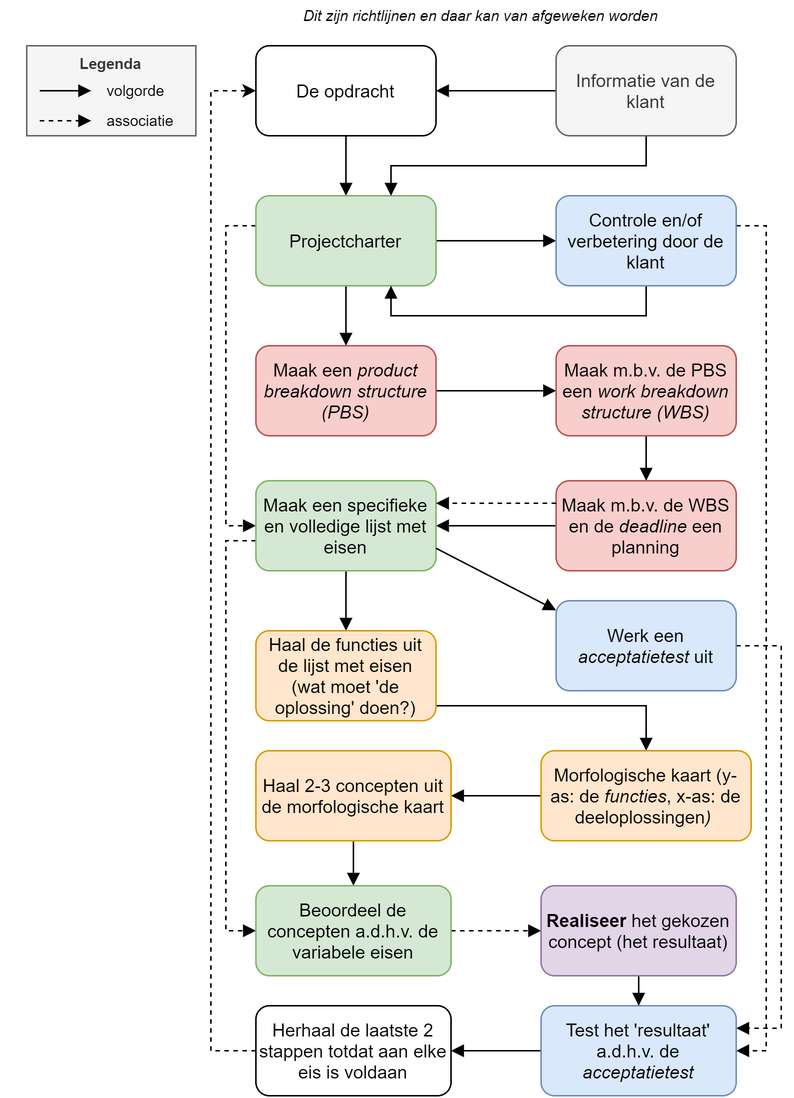
This is graphics/OntwerpMethodiekMechatronica.png from yoflippo/ProjectTipsMechatronics, a draw.io export, as it was before one commit. Source tidied: cells renumbered, new cells last; positions are measured from the earlier drawing's top-left corner, leaving out a move shared by most shapes.
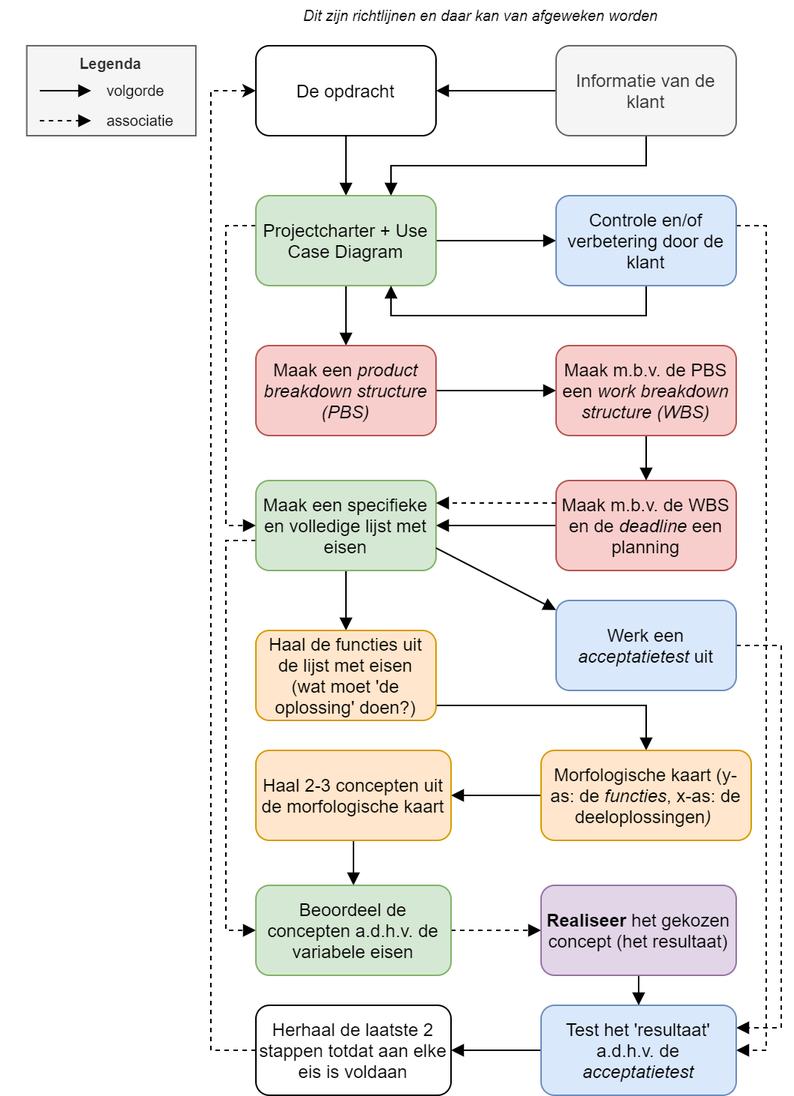
Above is the later version.

Change to the diagram source:
```diff
@@ -22,7 +22,7 @@
         </Array>
       </mxGeometry>
     </mxCell>
-    <mxCell id="7" value="Projectcharter" style="rounded=1;whiteSpace=wrap;html=1;fillColor=#d5e8d4;strokeColor=#82b366;" parent="1" vertex="1">
+    <mxCell id="7" value="Projectcharter + Use Case Diagram" style="rounded=1;whiteSpace=wrap;html=1;fillColor=#d5e8d4;strokeColor=#82b366;" parent="1" vertex="1">
       <mxGeometry x="170" y="130" width="120" height="60" as="geometry" />
     </mxCell>
     <mxCell id="8" style="edgeStyle=orthogonalEdgeStyle;rounded=0;jettySize=auto;html=1;entryX=0.75;entryY=1;entryDx=0;entryDy=0;endArrow=block;endFill=1;" parent="1" edge="1" source="10" target="7">
```
